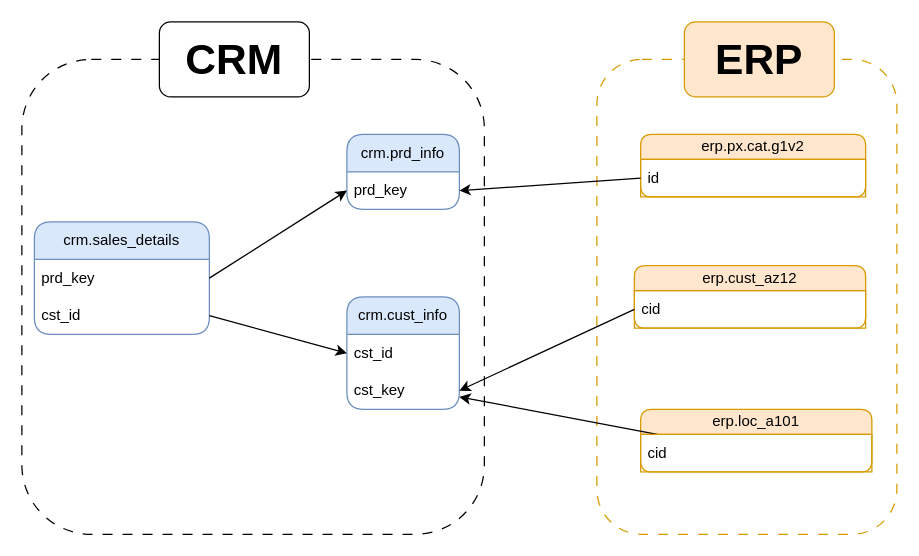
The draw.io diagram flowcharts/table_relation.drawio in LuitelDavid/SQL-datawarehouse-project, before the edit. Source tidied: cells renumbered, new cells numbered last; positions are measured from the earlier drawing's top-left corner, leaving out a move shared by most shapes. Both pictures are drawn from the tidied source at 125%, with x=0, y=0 at pixel (21, 21).
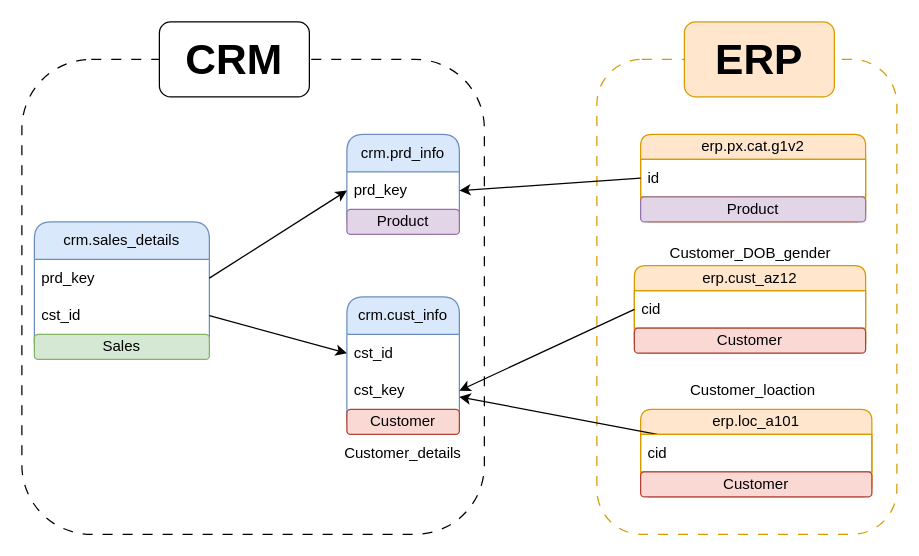
The same diagram, later.

Change to the diagram source:
```diff
@@
     <mxCell id="6" value="crm.cust_info" style="swimlane;fontStyle=0;horizontal=1;startSize=30;whiteSpace=wrap;html=1;fillColor=#dae8fc;strokeColor=#6c8ebf;rounded=1;" parent="1" vertex="1">
-      <mxGeometry x="260" y="220" width="90" height="90" as="geometry" />
+      <mxGeometry x="260" y="220" width="90" height="110" as="geometry" />
     </mxCell>
@@
+    <mxCell id="25" value="Customer" style="rounded=1;whiteSpace=wrap;html=1;fillColor=#fad9d5;strokeColor=#ae4132;" parent="6" vertex="1">
+      <mxGeometry y="90" width="90" height="20" as="geometry" />
+    </mxCell>
     <mxCell id="9" value="crm.prd_info" style="swimlane;fontStyle=0;horizontal=1;startSize=30;whiteSpace=wrap;html=1;fillColor=#dae8fc;strokeColor=#6c8ebf;rounded=1;" parent="1" vertex="1">
-      <mxGeometry x="260" y="90" width="90" height="60" as="geometry" />
+      <mxGeometry x="260" y="90" width="90" height="80" as="geometry" />
     </mxCell>
@@
+    <mxCell id="26" value="Product" style="rounded=1;whiteSpace=wrap;html=1;fillColor=#e1d5e7;strokeColor=#9673a6;" parent="9" vertex="1">
+      <mxGeometry y="60" width="90" height="20" as="geometry" />
+    </mxCell>
     <mxCell id="11" value="crm.sales_details" style="swimlane;fontStyle=0;horizontal=1;startSize=30;whiteSpace=wrap;html=1;fillColor=#dae8fc;strokeColor=#6c8ebf;rounded=1;" parent="1" vertex="1">
-      <mxGeometry x="10" y="160" width="140" height="90" as="geometry" />
+      <mxGeometry x="10" y="160" width="140" height="110" as="geometry" />
     </mxCell>
@@
+    <mxCell id="27" value="Sales" style="rounded=1;whiteSpace=wrap;html=1;fillColor=#d5e8d4;strokeColor=#82b366;" parent="11" vertex="1">
+      <mxGeometry y="90" width="140" height="20" as="geometry" />
+    </mxCell>
     <mxCell id="14" value="erp.px.cat.g1v2" style="swimlane;fontStyle=0;horizontal=1;startSize=20;whiteSpace=wrap;html=1;fillColor=#ffe6cc;strokeColor=#d79b00;rounded=1;" parent="1" vertex="1">
-      <mxGeometry x="495" y="90" width="180" height="50" as="geometry" />
+      <mxGeometry x="495" y="90" width="180" height="70" as="geometry" />
     </mxCell>
@@
+    <mxCell id="28" value="Product" style="rounded=1;whiteSpace=wrap;html=1;fillColor=#e1d5e7;strokeColor=#9673a6;" parent="14" vertex="1">
+      <mxGeometry y="50" width="180" height="20" as="geometry" />
+    </mxCell>
     <mxCell id="16" value="erp.cust_az12" style="swimlane;fontStyle=0;horizontal=1;startSize=20;whiteSpace=wrap;html=1;fillColor=#ffe6cc;strokeColor=#d79b00;rounded=1;" parent="1" vertex="1">
-      <mxGeometry x="490" y="195" width="185" height="50" as="geometry" />
+      <mxGeometry x="490" y="195" width="185" height="70" as="geometry" />
     </mxCell>
@@
+    <mxCell id="29" value="&lt;span style=&quot;color: rgb(0, 0, 0);&quot;&gt;Customer&lt;/span&gt;" style="rounded=1;whiteSpace=wrap;html=1;fillColor=#fad9d5;strokeColor=#ae4132;" parent="16" vertex="1">
+      <mxGeometry y="50" width="185" height="20" as="geometry" />
+    </mxCell>
     <mxCell id="18" value="erp.loc_a101" style="swimlane;fontStyle=0;horizontal=1;startSize=20;whiteSpace=wrap;html=1;fillColor=#ffe6cc;strokeColor=#d79b00;rounded=1;" parent="1" vertex="1">
-      <mxGeometry x="495" y="310" width="185" height="50" as="geometry" />
+      <mxGeometry x="495" y="310" width="185" height="70" as="geometry" />
     </mxCell>
@@
+    <mxCell id="30" value="&lt;span style=&quot;color: rgb(0, 0, 0);&quot;&gt;Customer&lt;/span&gt;" style="rounded=1;whiteSpace=wrap;html=1;fillColor=#fad9d5;strokeColor=#ae4132;" parent="18" vertex="1">
+      <mxGeometry y="50" width="185" height="20" as="geometry" />
+    </mxCell>
@@
+    <mxCell id="31" value="Customer_details" style="text;html=1;align=center;verticalAlign=middle;whiteSpace=wrap;rounded=0;" parent="1" vertex="1">
+      <mxGeometry x="275" y="330" width="60" height="30" as="geometry" />
+    </mxCell>
+    <mxCell id="32" value="Customer_DOB_gender" style="text;html=1;align=center;verticalAlign=middle;whiteSpace=wrap;rounded=0;" parent="1" vertex="1">
+      <mxGeometry x="552.5" y="170" width="60" height="30" as="geometry" />
+    </mxCell>
+    <mxCell id="33" value="Customer_loaction" style="text;html=1;align=center;verticalAlign=middle;whiteSpace=wrap;rounded=0;" parent="1" vertex="1">
+      <mxGeometry x="555" y="280" width="60" height="30" as="geometry" />
+    </mxCell>
```
